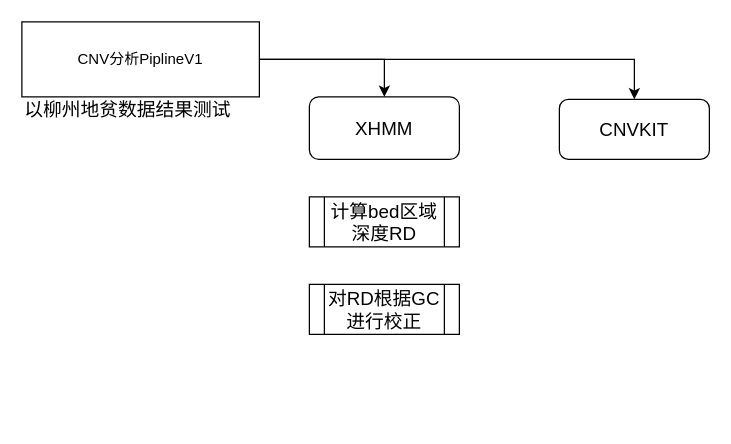
Before: CNVanalyse_pipline_in_novoDiagram.drawio in kkshaxqd/pipline_contral, a draw.io diagram. Source tidied: cells renumbered, new cells numbered last; positions are measured from the earlier drawing's top-left corner, leaving out a move shared by most shapes. Both pictures are drawn from the tidied source at 125%, with x=0, y=0 at pixel (21, 21).
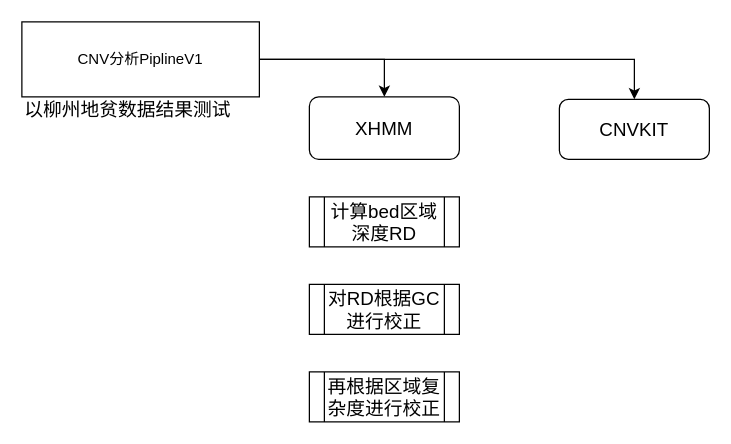
The same page after the edit.

Diff of the diagram source:
```diff
@@
 <mxGraphModel>
   <root>
     <mxCell id="0" />
     <mxCell id="1" parent="0" />
     <mxCell id="2" style="edgeStyle=orthogonalEdgeStyle;rounded=0;jettySize=auto;html=1;exitX=1;exitY=0.5;exitDx=0;exitDy=0;entryX=0.5;entryY=0;entryDx=0;entryDy=0;fontSize=15;" parent="1" edge="1" source="4" target="6">
       <mxGeometry relative="1" as="geometry" />
     </mxCell>
     <mxCell id="3" style="edgeStyle=orthogonalEdgeStyle;rounded=0;jettySize=auto;html=1;exitX=1;exitY=0.5;exitDx=0;exitDy=0;fontSize=15;" parent="1" edge="1" source="4" target="7">
       <mxGeometry relative="1" as="geometry" />
     </mxCell>
     <mxCell id="4" value="CNV分析PiplineV1" style="rounded=0;whiteSpace=wrap;html=1;" parent="1" vertex="1">
       <mxGeometry width="190" height="60" as="geometry" />
     </mxCell>
     <mxCell id="5" value="以柳州地贫数据结果测试" style="text;html=1;strokeColor=none;fillColor=none;align=center;verticalAlign=middle;whiteSpace=wrap;rounded=0;fontSize=15;" parent="1" vertex="1">
       <mxGeometry y="60" width="170" height="20" as="geometry" />
     </mxCell>
     <mxCell id="6" value="XHMM" style="rounded=1;whiteSpace=wrap;html=1;fontSize=15;" parent="1" vertex="1">
       <mxGeometry x="230" y="60" width="120" height="50" as="geometry" />
     </mxCell>
     <mxCell id="7" value="CNVKIT" style="rounded=1;whiteSpace=wrap;html=1;fontSize=15;" parent="1" vertex="1">
       <mxGeometry x="430" y="62" width="120" height="48" as="geometry" />
     </mxCell>
     <mxCell id="8" value="计算bed区域深度RD" style="shape=process;whiteSpace=wrap;html=1;backgroundOutline=1;fontSize=15;" parent="1" vertex="1">
       <mxGeometry x="230" y="140" width="120" height="40" as="geometry" />
     </mxCell>
     <mxCell id="9" value="对RD根据GC进行校正" style="shape=process;whiteSpace=wrap;html=1;backgroundOutline=1;fontSize=15;" parent="1" vertex="1">
       <mxGeometry x="230" y="210" width="120" height="40" as="geometry" />
     </mxCell>
+    <mxCell id="10" value="再根据区域复杂度进行校正" style="shape=process;whiteSpace=wrap;html=1;backgroundOutline=1;fontSize=15;" parent="1" vertex="1">
+      <mxGeometry x="230" y="280" width="120" height="40" as="geometry" />
+    </mxCell>
   </root>
 </mxGraphModel>
```
